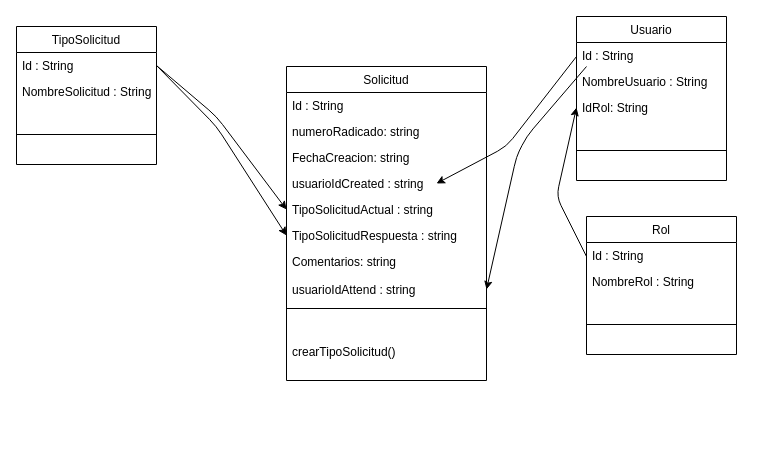
This is Untitled Diagram.drawio from santiagorl229/ModeloDatos, a draw.io file, before an edit. Source tidied: cells renumbered, new cells numbered last; positions are measured from the earlier drawing's top-left corner, leaving out a move shared by most shapes. Both pictures are drawn from the tidied source at 100%, with x=0, y=0 at pixel (16, 16).
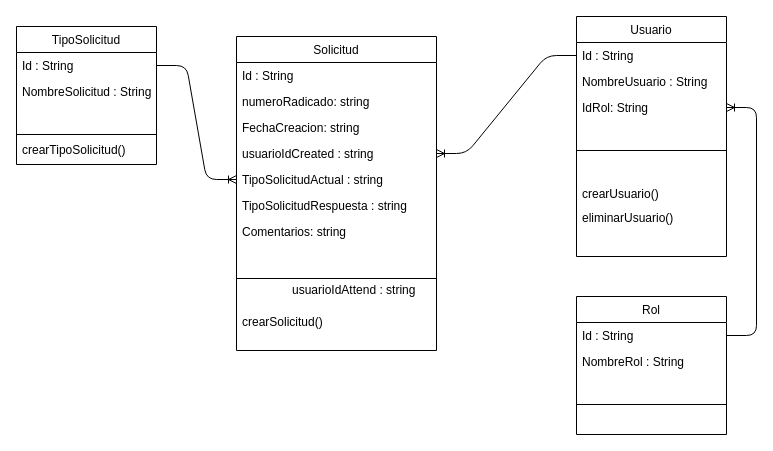
The same diagram, later.

Unchanged cells that the change refers to:
```xml
<mxCell id="6" value="usuarioIdCreated : string" style="text;align=left;verticalAlign=top;spacingLeft=4;spacingRight=4;overflow=hidden;points=[[0,0.5],[1,0.5]];portConstraint=eastwest;rounded=0;shadow=0;html=0;" parent="2" vertex="1">
  <mxGeometry y="104" width="200" height="26" as="geometry" />
</mxCell>
<mxCell id="7" value="TipoSolicitudActual : string" style="text;align=left;verticalAlign=top;spacingLeft=4;spacingRight=4;overflow=hidden;points=[[0,0.5],[1,0.5]];portConstraint=eastwest;rounded=0;shadow=0;html=0;" parent="2" vertex="1">
  <mxGeometry y="130" width="200" height="26" as="geometry" />
</mxCell>
<mxCell id="8" value="TipoSolicitudRespuesta : string" style="text;align=left;verticalAlign=top;spacingLeft=4;spacingRight=4;overflow=hidden;points=[[0,0.5],[1,0.5]];portConstraint=eastwest;rounded=0;shadow=0;html=0;" parent="2" vertex="1">
  <mxGeometry y="156" width="200" height="26" as="geometry" />
</mxCell>
<mxCell id="13" value="Id : String" style="text;align=left;verticalAlign=top;spacingLeft=4;spacingRight=4;overflow=hidden;points=[[0,0.5],[1,0.5]];portConstraint=eastwest;" parent="12" vertex="1">
  <mxGeometry y="26" width="140" height="26" as="geometry" />
</mxCell>
<mxCell id="20" value="Id : String" style="text;align=left;verticalAlign=top;spacingLeft=4;spacingRight=4;overflow=hidden;points=[[0,0.5],[1,0.5]];portConstraint=eastwest;" parent="18" vertex="1">
  <mxGeometry y="26" width="150" height="26" as="geometry" />
</mxCell>
<mxCell id="22" value="IdRol: String" style="text;align=left;verticalAlign=top;spacingLeft=4;spacingRight=4;overflow=hidden;points=[[0,0.5],[1,0.5]];portConstraint=eastwest;" parent="18" vertex="1">
  <mxGeometry y="78" width="150" height="26" as="geometry" />
</mxCell>
<mxCell id="26" value="Id : String" style="text;align=left;verticalAlign=top;spacingLeft=4;spacingRight=4;overflow=hidden;points=[[0,0.5],[1,0.5]];portConstraint=eastwest;" parent="24" vertex="1">
  <mxGeometry y="26" width="150" height="26" as="geometry" />
</mxCell>
<mxCell id="29" value="usuarioIdAttend : string" style="text;align=left;verticalAlign=top;spacingLeft=4;spacingRight=4;overflow=hidden;points=[[0,0.5],[1,0.5]];portConstraint=eastwest;rounded=0;shadow=0;html=0;" parent="1" vertex="1">
  <mxGeometry x="270" y="260" width="200" height="26" as="geometry" />
</mxCell>
```

The edit, as a diff of the source:
```diff
@@
     <mxCell id="2" value="Solicitud" style="swimlane;fontStyle=0;align=center;verticalAlign=top;horizontal=1;startSize=26;rounded=0;shadow=0;strokeWidth=1;" parent="1" vertex="1">
-      <mxGeometry x="270" y="50" width="200" height="314" as="geometry" />
+      <mxGeometry x="220" y="20" width="200" height="314" as="geometry" />
     </mxCell>
@@
-    <mxCell id="11" value="crearTipoSolicitud()" style="text;align=left;verticalAlign=top;spacingLeft=4;spacingRight=4;overflow=hidden;" parent="2" vertex="1">
+    <mxCell id="11" value="crearSolicitud()" style="text;align=left;verticalAlign=top;spacingLeft=4;spacingRight=4;overflow=hidden;" parent="2" vertex="1">
       <mxGeometry y="272" width="200" height="22" as="geometry" />
     </mxCell>
@@
-    <mxCell id="16" style="endArrow=classic;html=1;exitX=1;exitY=0.5;exitDx=0;exitDy=0;entryX=0;entryY=0.5;entryDx=0;entryDy=0;" parent="1" edge="1" source="13" target="7">
-      <mxGeometry relative="1" as="geometry">
-        <Array as="points">
-          <mxPoint x="200" y="100" />
-        </Array>
-      </mxGeometry>
-    </mxCell>
-    <mxCell id="17" style="endArrow=classic;html=1;entryX=0;entryY=0.5;entryDx=0;entryDy=0;exitX=1;exitY=0.5;exitDx=0;exitDy=0;" parent="1" edge="1" source="13" target="8">
-      <mxGeometry relative="1" as="geometry">
-        <Array as="points">
-          <mxPoint x="200" y="110" />
-        </Array>
-      </mxGeometry>
-    </mxCell>
     <mxCell id="18" value="Usuario" style="swimlane;fontStyle=0;align=center;verticalAlign=top;horizontal=1;startSize=26;rounded=0;shadow=0;strokeWidth=1;" parent="1" vertex="1">
-      <mxGeometry x="560" width="150" height="164" as="geometry" />
+      <mxGeometry x="560" width="150" height="240" as="geometry" />
     </mxCell>
-    <mxCell id="19" style="endArrow=classic;html=1;" parent="18" edge="1">
-      <mxGeometry relative="1" as="geometry">
-        <mxPoint y="40" as="sourcePoint" />
-        <mxPoint x="-140" y="167" as="targetPoint" />
-        <Array as="points">
-          <mxPoint x="-70" y="130" />
-        </Array>
-      </mxGeometry>
-    </mxCell>
@@
+    <mxCell id="31" value="crearUsuario()" style="text;align=left;verticalAlign=top;spacingLeft=4;spacingRight=4;overflow=hidden;" parent="18" vertex="1">
+      <mxGeometry y="164" width="150" height="24" as="geometry" />
+    </mxCell>
+    <mxCell id="32" value="eliminarUsuario()" style="text;align=left;verticalAlign=top;spacingLeft=4;spacingRight=4;overflow=hidden;" parent="18" vertex="1">
+      <mxGeometry y="188" width="150" height="50" as="geometry" />
+    </mxCell>
     <mxCell id="24" value="Rol" style="swimlane;fontStyle=0;align=center;verticalAlign=top;horizontal=1;startSize=26;rounded=0;shadow=0;strokeWidth=1;" parent="1" vertex="1">
-      <mxGeometry x="570" y="200" width="150" height="138" as="geometry" />
+      <mxGeometry x="560" y="280" width="150" height="138" as="geometry" />
     </mxCell>
-    <mxCell id="25" style="endArrow=classic;html=1;entryX=0;entryY=0.5;entryDx=0;entryDy=0;" parent="24" edge="1" target="22">
-      <mxGeometry relative="1" as="geometry">
-        <mxPoint y="40" as="sourcePoint" />
-        <Array as="points">
-          <mxPoint x="-30" y="-20" />
-        </Array>
-      </mxGeometry>
-    </mxCell>
@@
-    <mxCell id="30" style="endArrow=classic;html=1;" parent="1" edge="1" target="29">
-      <mxGeometry relative="1" as="geometry">
-        <mxPoint x="570" y="50" as="sourcePoint" />
-        <Array as="points">
-          <mxPoint x="510" y="120" />
-          <mxPoint x="500" y="140" />
-          <mxPoint x="470" y="273" />
-        </Array>
-      </mxGeometry>
-    </mxCell>
+    <mxCell id="33" value="crearTipoSolicitud()" style="text;align=left;verticalAlign=top;spacingLeft=4;spacingRight=4;overflow=hidden;" parent="1" vertex="1">
+      <mxGeometry y="120" width="200" height="22" as="geometry" />
+    </mxCell>
+    <mxCell id="16" style="edgeStyle=entityRelationEdgeStyle;fontSize=12;html=1;endArrow=ERoneToMany;" parent="1" edge="1" source="13" target="7">
+      <mxGeometry relative="1" as="geometry" />
+    </mxCell>
+    <mxCell id="34" style="edgeStyle=entityRelationEdgeStyle;fontSize=12;html=1;endArrow=ERoneToMany;" parent="1" edge="1" source="20" target="6">
+      <mxGeometry relative="1" as="geometry" />
+    </mxCell>
+    <mxCell id="35" style="edgeStyle=entityRelationEdgeStyle;fontSize=12;html=1;endArrow=ERoneToMany;" parent="1" edge="1" source="26" target="22">
+      <mxGeometry relative="1" as="geometry" />
+    </mxCell>
```
